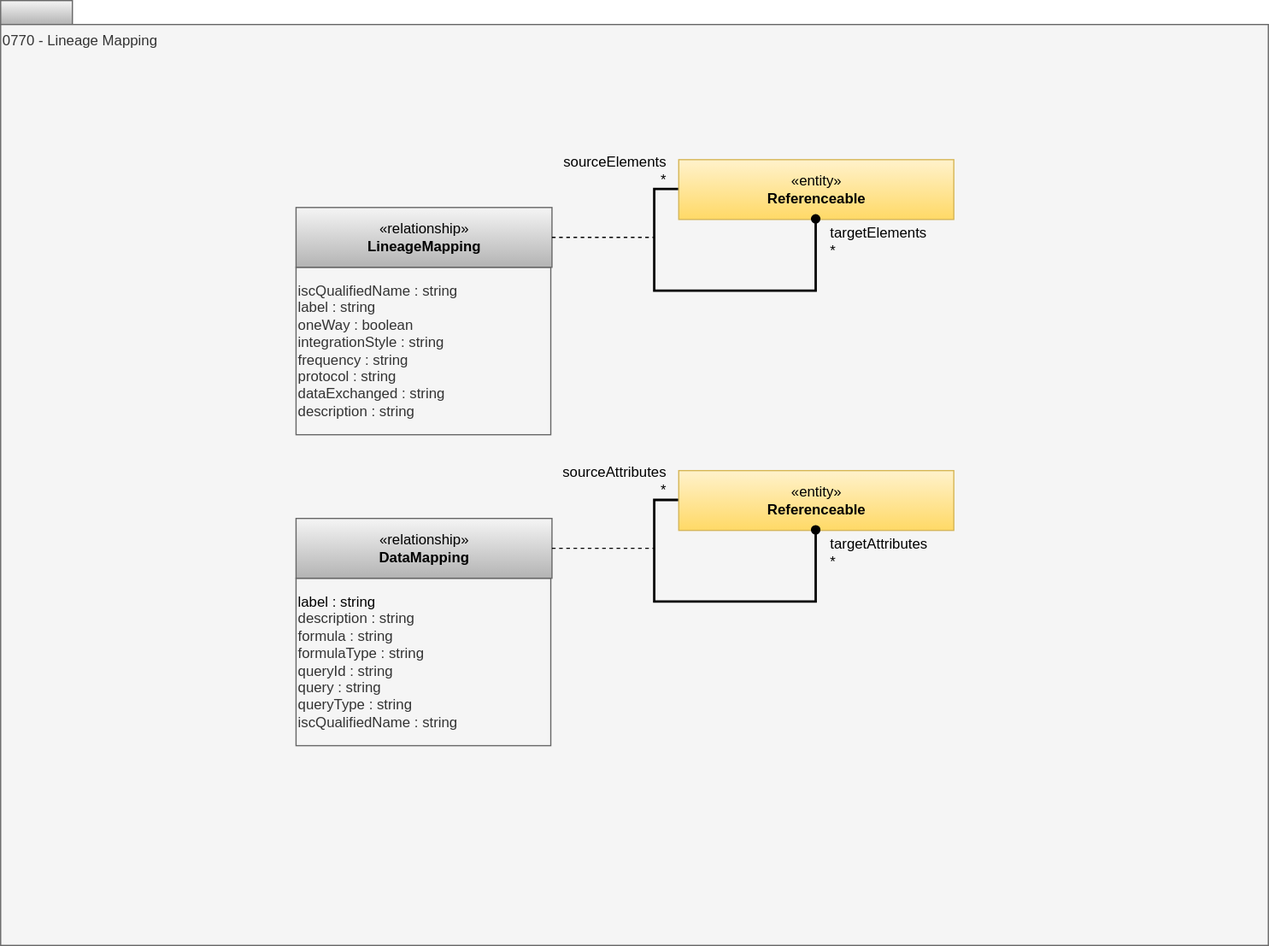
Earlier version of the draw.io export site/docs/types/7/0770-Lineage-Mapping.svg (odpi/egeria-docs). Source tidied: cells renumbered, new cells last; positions are measured from the earlier drawing's top-left corner, leaving out a move shared by most shapes.
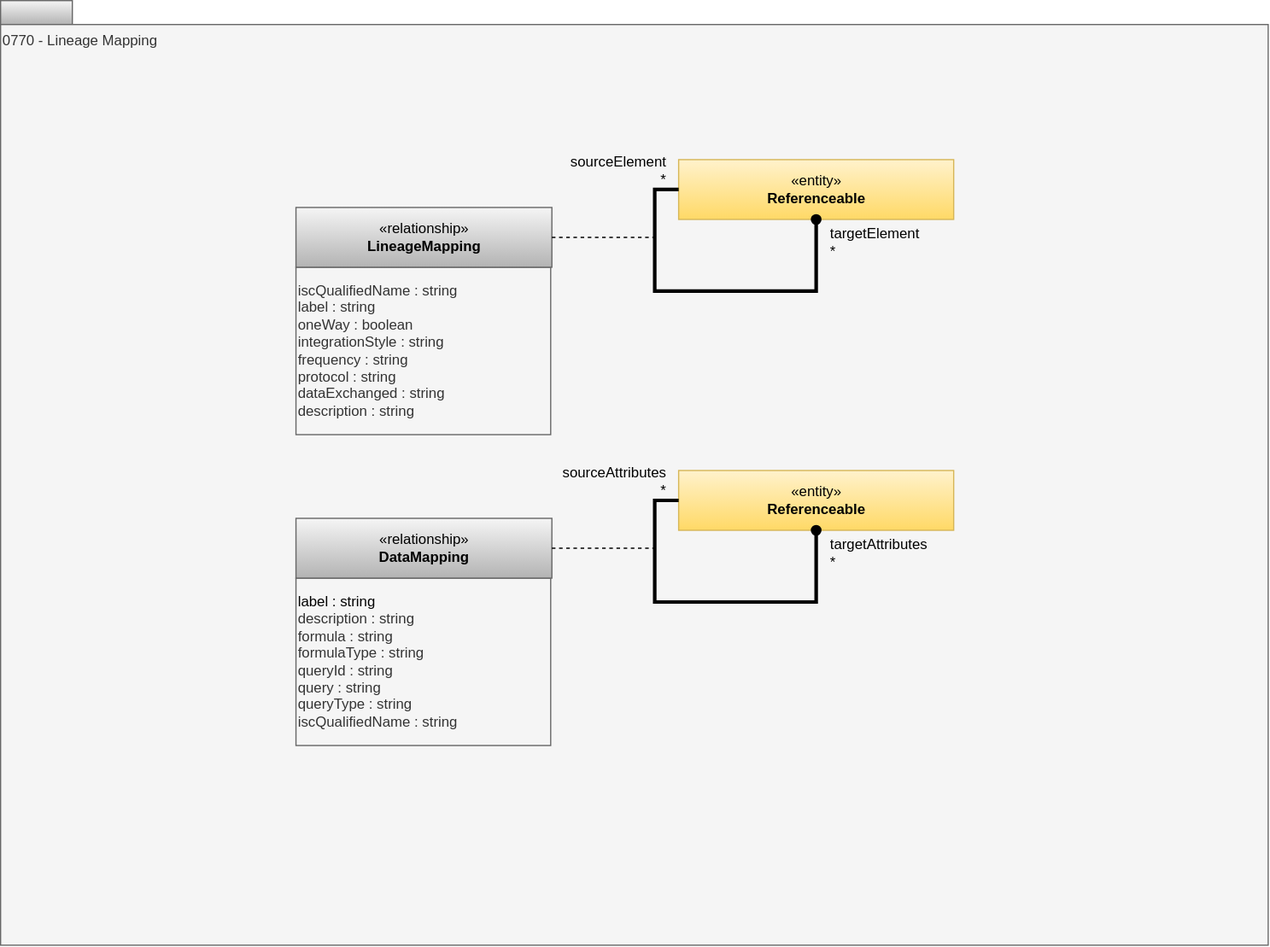
The same file after the commit.

Diff of the diagram source:
```diff
@@ -1,28 +1,28 @@
 <mxGraphModel>
   <root>
-    <mxCell id="0" />
-    <mxCell id="1" parent="0" />
+    <mxCell id="18" />
+    <mxCell id="19" parent="18" />
-    <mxCell id="2" style="rounded=0;whiteSpace=wrap;html=1;align=left;fillColor=#f5f5f5;strokeColor=#666666;gradientColor=#b3b3b3;" parent="1" vertex="1">
+    <mxCell id="2" style="rounded=0;whiteSpace=wrap;html=1;align=left;fillColor=#f5f5f5;strokeColor=#666666;gradientColor=#b3b3b3;" parent="19" vertex="1">
       <mxGeometry width="60" height="20" as="geometry" />
     </mxCell>
-    <mxCell id="3" value="0770 - Lineage Mapping" style="rounded=0;whiteSpace=wrap;html=1;align=left;verticalAlign=top;fillColor=#f5f5f5;fontColor=#333333;strokeColor=#666666;" parent="1" vertex="1">
+    <mxCell id="3" value="0770 - Lineage Mapping" style="rounded=0;whiteSpace=wrap;html=1;align=left;verticalAlign=top;fillColor=#f5f5f5;fontColor=#333333;strokeColor=#666666;" parent="19" vertex="1">
       <mxGeometry y="20" width="1060" height="770" as="geometry" />
     </mxCell>
-    <mxCell id="4" value="«entity»&lt;br&gt;&lt;b&gt;Referenceable&lt;/b&gt;" style="html=1;strokeColor=#d6b656;align=center;fillColor=#fff2cc;gradientColor=#ffd966;" parent="1" vertex="1">
+    <mxCell id="4" value="«entity»&lt;br&gt;&lt;b&gt;Referenceable&lt;/b&gt;" style="html=1;strokeColor=#d6b656;align=center;fillColor=#fff2cc;gradientColor=#ffd966;" parent="19" vertex="1">
       <mxGeometry x="567" y="133" width="230" height="50" as="geometry" />
     </mxCell>
-    <mxCell id="5" value="&lt;div style=&quot;text-align: left&quot;&gt;iscQualifiedName : string&lt;/div&gt;&lt;div style=&quot;text-align: left&quot;&gt;label : string&lt;/div&gt;&lt;div style=&quot;text-align: left&quot;&gt;&lt;div&gt;oneWay : boolean&lt;/div&gt;&lt;div&gt;integrationStyle : string&lt;/div&gt;&lt;div&gt;frequency : string&lt;/div&gt;&lt;div&gt;protocol : string&lt;/div&gt;&lt;div&gt;dataExchanged : string&lt;/div&gt;description : string&lt;br&gt;&lt;/div&gt;" style="rounded=0;whiteSpace=wrap;html=1;strokeColor=#666666;align=left;fillColor=#f5f5f5;fontColor=#333333;" parent="1" vertex="1">
+    <mxCell id="5" value="&lt;div style=&quot;text-align: left&quot;&gt;iscQualifiedName : string&lt;/div&gt;&lt;div style=&quot;text-align: left&quot;&gt;label : string&lt;/div&gt;&lt;div style=&quot;text-align: left&quot;&gt;&lt;div&gt;oneWay : boolean&lt;/div&gt;&lt;div&gt;integrationStyle : string&lt;/div&gt;&lt;div&gt;frequency : string&lt;/div&gt;&lt;div&gt;protocol : string&lt;/div&gt;&lt;div&gt;dataExchanged : string&lt;/div&gt;description : string&lt;br&gt;&lt;/div&gt;" style="rounded=0;whiteSpace=wrap;html=1;strokeColor=#666666;align=left;fillColor=#f5f5f5;fontColor=#333333;" parent="19" vertex="1">
       <mxGeometry x="247" y="223" width="213" height="140" as="geometry" />
     </mxCell>
-    <mxCell id="6" value="«relationship»&lt;br&gt;&lt;b&gt;LineageMapping&lt;/b&gt;" style="html=1;strokeColor=#666666;align=center;fillColor=#f5f5f5;gradientColor=#b3b3b3;" parent="1" vertex="1">
+    <mxCell id="6" value="«relationship»&lt;br&gt;&lt;b&gt;LineageMapping&lt;/b&gt;" style="html=1;strokeColor=#666666;align=center;fillColor=#f5f5f5;gradientColor=#b3b3b3;" parent="19" vertex="1">
       <mxGeometry x="247" y="173" width="214" height="50" as="geometry" />
     </mxCell>
-    <mxCell id="7" style="endArrow=none;dashed=1;html=1;exitX=1;exitY=0.5;exitDx=0;exitDy=0;" parent="1" edge="1" source="6">
-      <mxGeometry relative="1" as="geometry">
-        <mxPoint x="547" y="198" as="targetPoint" />
-      </mxGeometry>
-    </mxCell>
+    <mxCell id="20" style="endArrow=none;dashed=1;html=1;exitX=1;exitY=0.5;exitDx=0;exitDy=0;" parent="19" edge="1" source="6">
+      <mxGeometry relative="1" as="geometry">
+        <mxPoint x="547" y="198" as="targetPoint" />
+      </mxGeometry>
+    </mxCell>
-    <mxCell id="8" style="edgeStyle=orthogonalEdgeStyle;rounded=0;orthogonalLoop=1;jettySize=auto;html=1;exitX=0;exitY=0.5;exitDx=0;exitDy=0;endArrow=oval;endFill=1;strokeWidth=2;" parent="1" edge="1" source="4" target="4">
+    <mxCell id="8" style="edgeStyle=orthogonalEdgeStyle;rounded=0;orthogonalLoop=1;jettySize=auto;html=1;exitX=0;exitY=0.5;exitDx=0;exitDy=0;endArrow=oval;endFill=1;strokeWidth=3;entryX=0.5;entryY=1;entryDx=0;entryDy=0;" parent="19" edge="1" source="4" target="4">
       <mxGeometry relative="1" as="geometry">
         <Array as="points">
           <mxPoint x="547" y="158" />
@@ -31,31 +31,31 @@
         </Array>
       </mxGeometry>
     </mxCell>
-    <mxCell id="9" value="targetElements&lt;br style=&quot;font-size: 12px;&quot;&gt;*" style="html=1;align=left;verticalAlign=bottom;labelBackgroundColor=none;fontSize=12;" parent="1" vertex="1">
-      <mxGeometry x="682" y="183" as="geometry">
-        <mxPoint x="10" y="35" as="offset" />
-      </mxGeometry>
-    </mxCell>
-    <mxCell id="10" value="sourceElements&lt;br style=&quot;font-size: 12px;&quot;&gt;*" style="html=1;align=right;verticalAlign=bottom;labelBackgroundColor=none;fontSize=12;" parent="1" vertex="1">
-      <mxGeometry x="567" y="158" as="geometry">
-        <mxPoint x="-10" as="offset" />
-      </mxGeometry>
-    </mxCell>
+    <mxCell id="21" value="targetElement&lt;br style=&quot;font-size: 12px;&quot;&gt;*" style="html=1;align=left;verticalAlign=bottom;labelBackgroundColor=none;fontSize=12;" parent="19" vertex="1">
+      <mxGeometry x="682" y="183" as="geometry">
+        <mxPoint x="10" y="35" as="offset" />
+      </mxGeometry>
+    </mxCell>
+    <mxCell id="22" value="sourceElement&lt;br style=&quot;font-size: 12px;&quot;&gt;*" style="html=1;align=right;verticalAlign=bottom;labelBackgroundColor=none;fontSize=12;" parent="19" vertex="1">
+      <mxGeometry x="567" y="158" as="geometry">
+        <mxPoint x="-10" as="offset" />
+      </mxGeometry>
+    </mxCell>
-    <mxCell id="11" value="«entity»&lt;br&gt;&lt;b&gt;Referenceable&lt;/b&gt;" style="html=1;strokeColor=#d6b656;align=center;fillColor=#fff2cc;gradientColor=#ffd966;" parent="1" vertex="1">
+    <mxCell id="11" value="«entity»&lt;br&gt;&lt;b&gt;Referenceable&lt;/b&gt;" style="html=1;strokeColor=#d6b656;align=center;fillColor=#fff2cc;gradientColor=#ffd966;" parent="19" vertex="1">
       <mxGeometry x="567" y="393" width="230" height="50" as="geometry" />
     </mxCell>
-    <mxCell id="12" value="&lt;div style=&quot;text-align: left&quot;&gt;&lt;span style=&quot;background-color: transparent; color: light-dark(rgb(0, 0, 0), rgb(255, 255, 255));&quot;&gt;label : string&lt;/span&gt;&lt;/div&gt;&lt;div style=&quot;text-align: left&quot;&gt;description : string&lt;br&gt;&lt;/div&gt;&lt;div style=&quot;text-align: left&quot;&gt;formula : string&lt;/div&gt;&lt;div style=&quot;text-align: left&quot;&gt;formulaType : string&lt;/div&gt;&lt;div style=&quot;text-align: left&quot;&gt;queryId : string&lt;/div&gt;&lt;div style=&quot;text-align: left&quot;&gt;query : string&lt;/div&gt;&lt;div style=&quot;text-align: left&quot;&gt;queryType : string&lt;/div&gt;&lt;div style=&quot;text-align: left&quot;&gt;&lt;div&gt;iscQualifiedName : string&lt;/div&gt;&lt;/div&gt;" style="rounded=0;whiteSpace=wrap;html=1;strokeColor=#666666;align=left;fillColor=#f5f5f5;fontColor=#333333;" parent="1" vertex="1">
+    <mxCell id="12" value="&lt;div style=&quot;text-align: left&quot;&gt;&lt;span style=&quot;background-color: transparent; color: light-dark(rgb(0, 0, 0), rgb(255, 255, 255));&quot;&gt;label : string&lt;/span&gt;&lt;/div&gt;&lt;div style=&quot;text-align: left&quot;&gt;description : string&lt;br&gt;&lt;/div&gt;&lt;div style=&quot;text-align: left&quot;&gt;formula : string&lt;/div&gt;&lt;div style=&quot;text-align: left&quot;&gt;formulaType : string&lt;/div&gt;&lt;div style=&quot;text-align: left&quot;&gt;queryId : string&lt;/div&gt;&lt;div style=&quot;text-align: left&quot;&gt;query : string&lt;/div&gt;&lt;div style=&quot;text-align: left&quot;&gt;queryType : string&lt;/div&gt;&lt;div style=&quot;text-align: left&quot;&gt;&lt;div&gt;iscQualifiedName : string&lt;/div&gt;&lt;/div&gt;" style="rounded=0;whiteSpace=wrap;html=1;strokeColor=#666666;align=left;fillColor=#f5f5f5;fontColor=#333333;" parent="19" vertex="1">
       <mxGeometry x="247" y="483" width="213" height="140" as="geometry" />
     </mxCell>
-    <mxCell id="13" value="«relationship»&lt;br&gt;&lt;b&gt;DataMapping&lt;/b&gt;" style="html=1;strokeColor=#666666;align=center;fillColor=#f5f5f5;gradientColor=#b3b3b3;" parent="1" vertex="1">
+    <mxCell id="13" value="«relationship»&lt;br&gt;&lt;b&gt;DataMapping&lt;/b&gt;" style="html=1;strokeColor=#666666;align=center;fillColor=#f5f5f5;gradientColor=#b3b3b3;" parent="19" vertex="1">
       <mxGeometry x="247" y="433" width="214" height="50" as="geometry" />
     </mxCell>
-    <mxCell id="14" style="endArrow=none;dashed=1;html=1;exitX=1;exitY=0.5;exitDx=0;exitDy=0;" parent="1" edge="1" source="13">
-      <mxGeometry relative="1" as="geometry">
-        <mxPoint x="547" y="458" as="targetPoint" />
-      </mxGeometry>
-    </mxCell>
+    <mxCell id="23" style="endArrow=none;dashed=1;html=1;exitX=1;exitY=0.5;exitDx=0;exitDy=0;" parent="19" edge="1" source="13">
+      <mxGeometry relative="1" as="geometry">
+        <mxPoint x="547" y="458" as="targetPoint" />
+      </mxGeometry>
+    </mxCell>
-    <mxCell id="15" style="edgeStyle=orthogonalEdgeStyle;rounded=0;orthogonalLoop=1;jettySize=auto;html=1;exitX=0;exitY=0.5;exitDx=0;exitDy=0;endArrow=oval;endFill=1;strokeWidth=2;" parent="1" edge="1" source="11" target="11">
+    <mxCell id="15" style="edgeStyle=orthogonalEdgeStyle;rounded=0;orthogonalLoop=1;jettySize=auto;html=1;exitX=0;exitY=0.5;exitDx=0;exitDy=0;endArrow=oval;endFill=1;strokeWidth=3;" parent="19" edge="1" source="11" target="11">
       <mxGeometry relative="1" as="geometry">
         <Array as="points">
           <mxPoint x="547" y="418" />
@@ -64,12 +64,12 @@
         </Array>
       </mxGeometry>
     </mxCell>
-    <mxCell id="16" value="targetAttributes&lt;br style=&quot;font-size: 12px;&quot;&gt;*" style="html=1;align=left;verticalAlign=bottom;labelBackgroundColor=none;fontSize=12;" parent="1" vertex="1">
+    <mxCell id="16" value="targetAttributes&lt;br style=&quot;font-size: 12px;&quot;&gt;*" style="html=1;align=left;verticalAlign=bottom;labelBackgroundColor=none;fontSize=12;" parent="19" vertex="1">
       <mxGeometry x="682" y="443" as="geometry">
         <mxPoint x="10" y="35" as="offset" />
       </mxGeometry>
     </mxCell>
-    <mxCell id="17" value="sourceAttributes&lt;br style=&quot;font-size: 12px;&quot;&gt;*" style="html=1;align=right;verticalAlign=bottom;labelBackgroundColor=none;fontSize=12;" parent="1" vertex="1">
+    <mxCell id="17" value="sourceAttributes&lt;br style=&quot;font-size: 12px;&quot;&gt;*" style="html=1;align=right;verticalAlign=bottom;labelBackgroundColor=none;fontSize=12;" parent="19" vertex="1">
       <mxGeometry x="567" y="418" as="geometry">
         <mxPoint x="-10" as="offset" />
       </mxGeometry>
```
